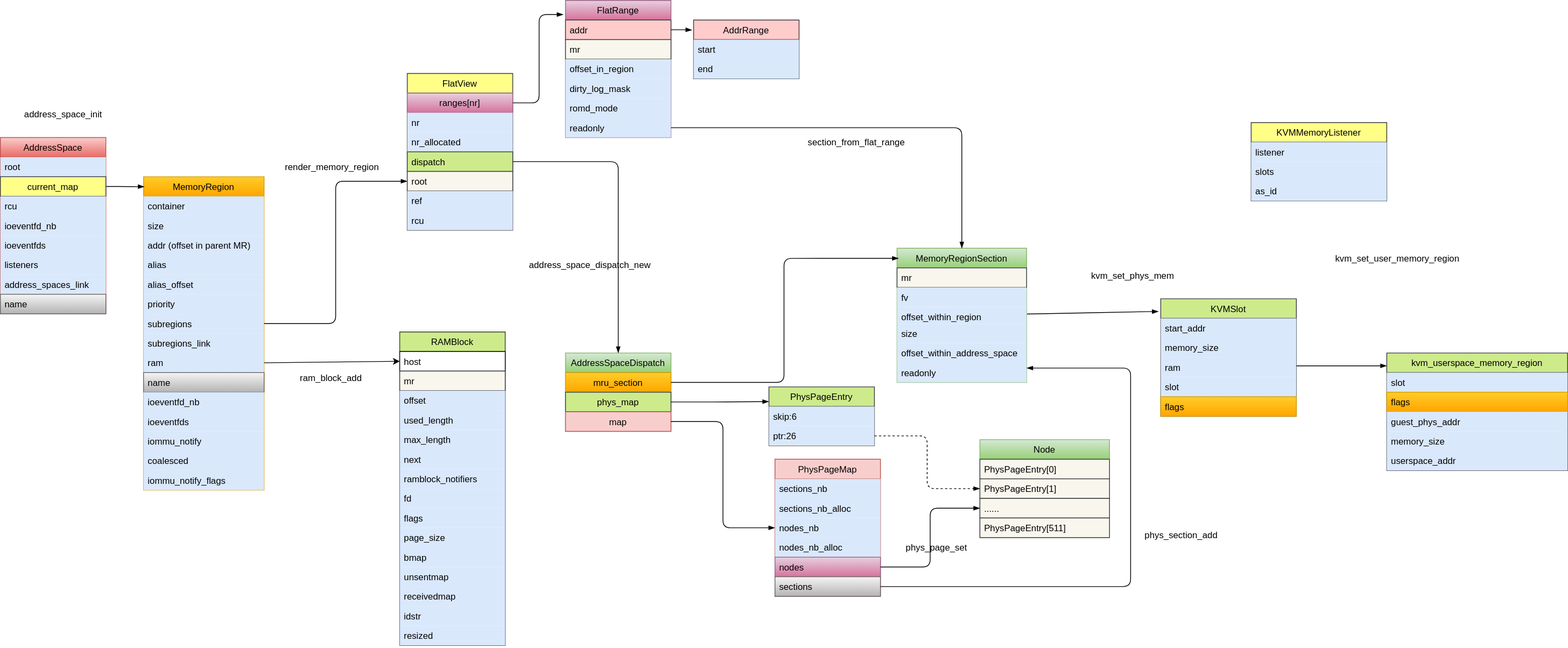
Before: docs/img/qemu-address-space.svg, a diagram exported from draw.io (Martins3/Martins3.github.io). Source tidied: cells renumbered, new cells last; positions are measured from the earlier drawing's top-left corner, leaving out a move shared by most shapes.
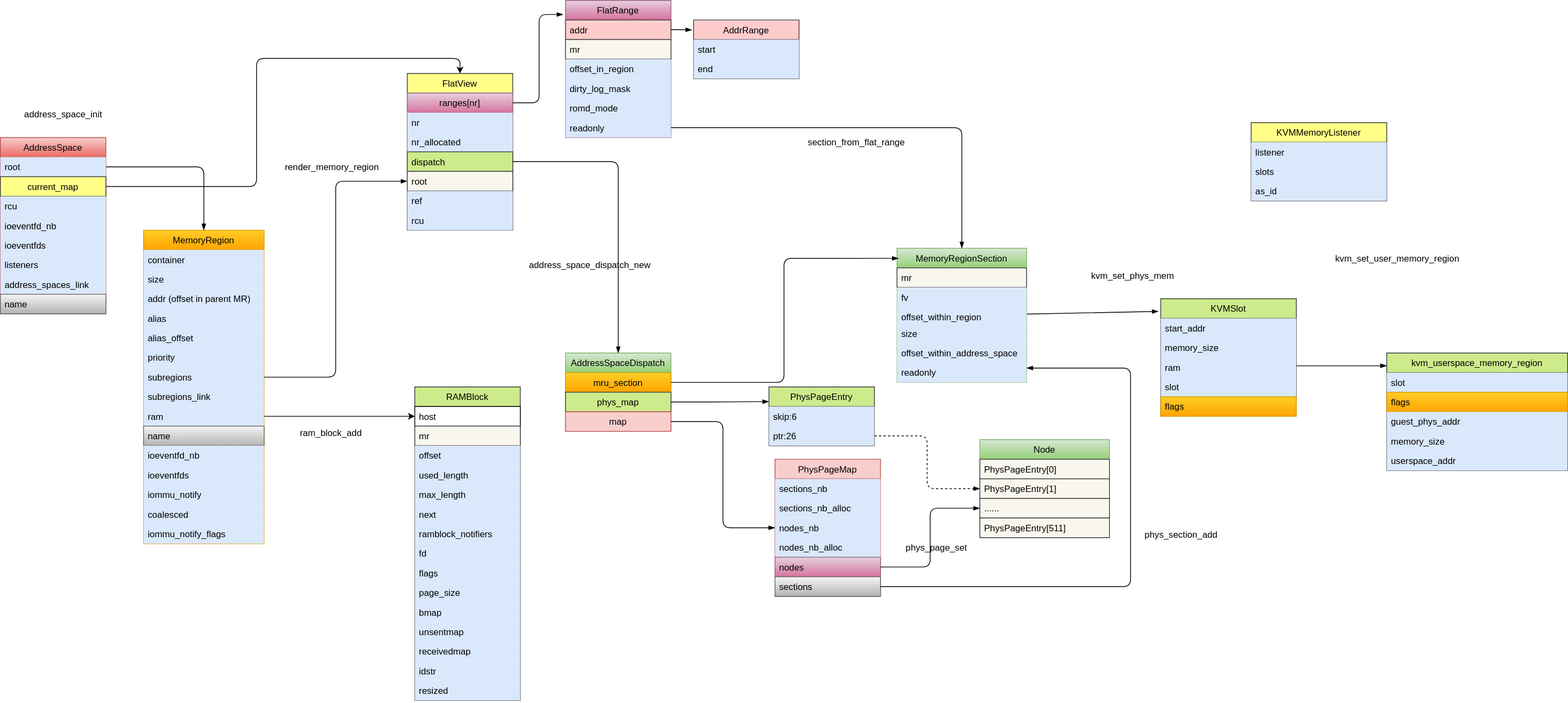
The same diagram one commit later.

Diff of the diagram source:
```diff
@@ -3,7 +3,7 @@
     <mxCell id="0" />
     <mxCell id="1" parent="0" />
     <mxCell id="2" value="MemoryRegion" style="swimlane;fontStyle=0;horizontal=1;startSize=26;fillColor=#ffcd28;swimlaneFillColor=#ffffff;strokeColor=#d79b00;gradientColor=#ffa500;" parent="1" vertex="1">
-      <mxGeometry x="190" y="234" width="160" height="416" as="geometry" />
+      <mxGeometry x="190" y="305" width="160" height="416" as="geometry" />
     </mxCell>
     <mxCell id="3" value="container" style="text;strokeColor=none;fillColor=#dae8fc;align=left;verticalAlign=top;spacingLeft=4;spacingRight=4;overflow=hidden;" parent="2" vertex="1">
       <mxGeometry y="26" width="160" height="26" as="geometry" />
@@ -50,8 +50,12 @@
     <mxCell id="17" value="iommu_notify_flags" style="text;strokeColor=none;fillColor=#dae8fc;align=left;verticalAlign=top;spacingLeft=4;spacingRight=4;overflow=hidden;" parent="2" vertex="1">
       <mxGeometry y="390" width="160" height="26" as="geometry" />
     </mxCell>
-    <mxCell id="18" style="edgeStyle=orthogonalEdgeStyle;html=1;entryX=0.007;entryY=0.032;entryPerimeter=0;endArrow=blockThin;endFill=1;jettySize=auto;exitX=1;exitY=0.5;exitDx=0;exitDy=0;" parent="1" edge="1" source="21" target="2">
-      <mxGeometry relative="1" as="geometry" />
+    <mxCell id="18" style="edgeStyle=orthogonalEdgeStyle;html=1;entryX=0.5;entryY=0;endArrow=blockThin;endFill=1;jettySize=auto;exitX=1;exitY=0.5;exitDx=0;exitDy=0;entryDx=0;entryDy=0;" parent="1" edge="1" source="20" target="2">
+      <mxGeometry relative="1" as="geometry">
+        <Array as="points">
+          <mxPoint x="270" y="221" />
+        </Array>
+      </mxGeometry>
     </mxCell>
     <mxCell id="19" value="AddressSpace" style="swimlane;fontStyle=0;horizontal=1;startSize=26;fillColor=#f8cecc;swimlaneFillColor=#ffffff;strokeColor=#b85450;gradientColor=#ea6b66;" parent="1" vertex="1">
       <mxGeometry y="182" width="140" height="234" as="geometry" />
@@ -219,7 +223,7 @@
       <mxGeometry relative="1" as="geometry" />
     </mxCell>
     <mxCell id="74" value="RAMBlock" style="swimlane;fontStyle=0;horizontal=1;startSize=26;fillColor=#cdeb8b;swimlaneFillColor=#ffffff;strokeColor=#36393d;" parent="1" vertex="1">
-      <mxGeometry x="530" y="440" width="140" height="416" as="geometry" />
+      <mxGeometry x="550" y="513" width="140" height="416" as="geometry" />
     </mxCell>
     <mxCell id="75" value="host" style="text;strokeColor=#000000;fillColor=#ffffff;align=left;verticalAlign=top;spacingLeft=4;spacingRight=4;overflow=hidden;points=[[0,0.5],[1,0.5]];portConstraint=eastwest;" parent="74" vertex="1">
       <mxGeometry y="26" width="140" height="26" as="geometry" />
@@ -364,7 +368,7 @@
       </mxGeometry>
     </mxCell>
     <mxCell id="121" value="ram_block_add" style="text;html=1;" parent="1" vertex="1">
-      <mxGeometry x="396" y="488" width="110" height="30" as="geometry" />
+      <mxGeometry x="396" y="561" width="110" height="30" as="geometry" />
     </mxCell>
     <mxCell id="122" value="address_space_init" style="text;html=1;" parent="1" vertex="1">
       <mxGeometry x="30" y="138" width="130" height="30" as="geometry" />
@@ -381,5 +385,8 @@
     <mxCell id="126" style="endArrow=classic;html=1;exitX=1;exitY=0.5;exitDx=0;exitDy=0;entryX=0;entryY=0.5;entryDx=0;entryDy=0;" parent="1" edge="1" source="11" target="75">
       <mxGeometry relative="1" as="geometry" />
     </mxCell>
+    <mxCell id="127" style="edgeStyle=orthogonalEdgeStyle;rounded=1;jettySize=auto;html=1;exitX=1;exitY=0.5;exitDx=0;exitDy=0;entryX=0.5;entryY=0;entryDx=0;entryDy=0;" parent="1" edge="1" source="21" target="28">
+      <mxGeometry relative="1" as="geometry" />
+    </mxCell>
   </root>
 </mxGraphModel>
```
